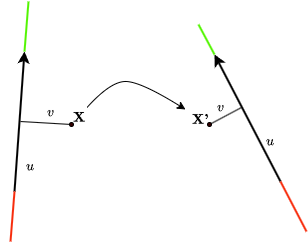
Earlier version of the draw.io export doc/pics/xtoxprime.drawio.png (michaeleggers/ImageProcessing). Source tidied: cells renumbered, new cells last; positions are measured from the earlier drawing's top-left corner, leaving out a move shared by most shapes.
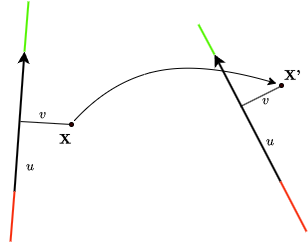
Above is the later version.

Change to the diagram source:
```diff
@@ -9,7 +9,7 @@
       </mxGeometry>
     </mxCell>
     <mxCell id="3" value="$$\textbf{X}$$" style="text;html=1;strokeColor=none;fillColor=none;align=center;verticalAlign=middle;whiteSpace=wrap;rounded=0;" parent="1" vertex="1">
-      <mxGeometry x="64" y="106" width="30" height="20" as="geometry" />
+      <mxGeometry x="50" y="128" width="30" height="20" as="geometry" />
     </mxCell>
     <mxCell id="4" style="endArrow=none;html=1;rounded=0;strokeWidth=2;fillColor=#f8cecc;strokeColor=#F72C0C;" parent="1" edge="1">
       <mxGeometry relative="1" as="geometry">
@@ -39,7 +39,7 @@
       </mxGeometry>
     </mxCell>
     <mxCell id="9" value="$$\textbf{X'}$$" style="text;html=1;strokeColor=none;fillColor=none;align=center;verticalAlign=middle;whiteSpace=wrap;rounded=0;" parent="1" vertex="1">
-      <mxGeometry x="185" y="108" width="30" height="20" as="geometry" />
+      <mxGeometry x="277" y="64" width="30" height="20" as="geometry" />
     </mxCell>
     <mxCell id="10" style="endArrow=none;html=1;rounded=0;strokeWidth=2;fillColor=#f8cecc;strokeColor=#F72C0C;" parent="1" edge="1">
       <mxGeometry relative="1" as="geometry">
@@ -53,28 +53,24 @@
         <mxPoint x="198" y="23" as="targetPoint" />
       </mxGeometry>
     </mxCell>
-    <mxCell id="12" style="endArrow=none;html=1;rounded=0;" parent="1" edge="1">
-      <mxGeometry relative="1" as="geometry">
-        <mxPoint x="209" y="123" as="sourcePoint" />
-        <mxPoint x="241" y="106" as="targetPoint" />
-      </mxGeometry>
-    </mxCell>
     <mxCell id="13" style="ellipse;whiteSpace=wrap;html=1;fillColor=#330000;" parent="1" vertex="1">
-      <mxGeometry x="207" y="121" width="4" height="4" as="geometry" />
+      <mxGeometry x="279" y="82" width="4" height="4" as="geometry" />
     </mxCell>
-    <mxCell id="14" style="curved=1;endArrow=classic;html=1;rounded=0;exitX=0.75;exitY=0;exitDx=0;exitDy=0;entryX=0;entryY=0;entryDx=0;entryDy=0;" parent="1" edge="1" source="3" target="9">
+    <mxCell id="14" style="curved=1;endArrow=classic;html=1;rounded=0;" parent="1" edge="1">
       <mxGeometry relative="1" as="geometry">
+        <mxPoint x="74" y="119" as="sourcePoint" />
+        <mxPoint x="276" y="82" as="targetPoint" />
         <Array as="points">
           <mxPoint x="110" y="80" />
-          <mxPoint x="140" y="80" />
+          <mxPoint x="200" y="60" />
         </Array>
       </mxGeometry>
     </mxCell>
     <mxCell id="15" value="$$v$$" style="text;html=1;align=center;verticalAlign=middle;strokeColor=none;fillColor=none;" parent="1" vertex="1">
-      <mxGeometry x="20" y="96" width="60" height="30" as="geometry" />
+      <mxGeometry x="12" y="98" width="60" height="30" as="geometry" />
     </mxCell>
     <mxCell id="16" value="$$v$$" style="text;html=1;align=center;verticalAlign=middle;strokeColor=none;fillColor=none;" parent="1" vertex="1">
-      <mxGeometry x="190" y="91" width="60" height="30" as="geometry" />
+      <mxGeometry x="235" y="84" width="60" height="30" as="geometry" />
     </mxCell>
     <mxCell id="17" value="$$u$$" style="text;html=1;align=center;verticalAlign=middle;strokeColor=none;fillColor=none;" parent="1" vertex="1">
       <mxGeometry x="240" y="125" width="60" height="30" as="geometry" />
@@ -82,5 +78,11 @@
     <mxCell id="18" value="$$u$$" style="text;html=1;align=center;verticalAlign=middle;strokeColor=none;fillColor=none;" parent="1" vertex="1">
       <mxGeometry y="150" width="60" height="30" as="geometry" />
     </mxCell>
+    <mxCell id="19" style="endArrow=none;html=1;rounded=0;" parent="1" edge="1">
+      <mxGeometry relative="1" as="geometry">
+        <mxPoint x="240" y="105" as="sourcePoint" />
+        <mxPoint x="280" y="85" as="targetPoint" />
+      </mxGeometry>
+    </mxCell>
   </root>
 </mxGraphModel>
```
